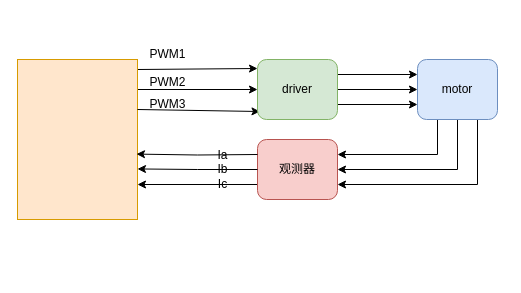
Above: page "FOC 经典控制" (12 of 12) of 三相对称星形接法.drawio in Vinson-001/Blog-flow-chart (draw.io), before the change. Source tidied: cells renumbered, new cells numbered last; positions are measured from the earlier drawing's top-left corner, leaving out a move shared by most shapes. Both pictures are drawn from the tidied source at 100%, with x=0, y=0 at pixel (17, 39).
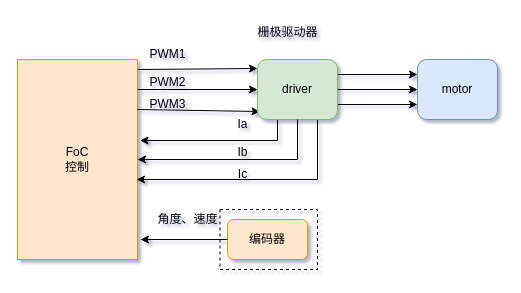
The same diagram, later.

Commit message:
更新三相对称星形接法.drawio

The change refers to these unchanged cells:
```xml
<mxCell id="12" value="driver" style="rounded=1;whiteSpace=wrap;html=1;fillColor=#d5e8d4;strokeColor=#82b366;" parent="1" vertex="1">
  <mxGeometry x="240" y="20" width="80" height="60" as="geometry" />
</mxCell>
<mxCell id="16" value="motor" style="rounded=1;whiteSpace=wrap;html=1;fillColor=#dae8fc;strokeColor=#6c8ebf;" parent="1" vertex="1">
  <mxGeometry x="400" y="20" width="80" height="60" as="geometry" />
</mxCell>
```

Change to the diagram source:
```diff
@@
-<mxGraphModel>
+<mxGraphModel shadow="1">
@@
-    <mxCell id="4" style="rounded=0;whiteSpace=wrap;html=1;fillColor=#ffe6cc;strokeColor=#d79b00;" parent="1" vertex="1">
-      <mxGeometry y="20" width="120" height="160" as="geometry" />
+    <mxCell id="4" value="FoC&lt;div&gt;控制&lt;/div&gt;" style="rounded=0;whiteSpace=wrap;html=1;fillColor=#ffe6cc;strokeColor=#d79b00;" parent="1" vertex="1">
+      <mxGeometry y="20" width="120" height="200" as="geometry" />
     </mxCell>
@@
+    <mxCell id="22" style="edgeStyle=orthogonalEdgeStyle;rounded=0;jettySize=auto;html=1;exitX=0.25;exitY=1;exitDx=0;exitDy=0;entryX=1.021;entryY=0.405;entryDx=0;entryDy=0;entryPerimeter=0;" parent="1" edge="1" source="12" target="4">
+      <mxGeometry relative="1" as="geometry" />
+    </mxCell>
+    <mxCell id="23" style="edgeStyle=orthogonalEdgeStyle;rounded=0;jettySize=auto;html=1;exitX=0.75;exitY=1;exitDx=0;exitDy=0;entryX=0.992;entryY=0.6;entryDx=0;entryDy=0;entryPerimeter=0;" parent="1" edge="1" source="12" target="4">
+      <mxGeometry relative="1" as="geometry" />
+    </mxCell>
@@
-    <mxCell id="13" style="edgeStyle=orthogonalEdgeStyle;rounded=0;jettySize=auto;html=1;exitX=0.25;exitY=1;exitDx=0;exitDy=0;entryX=1;entryY=0.25;entryDx=0;entryDy=0;" parent="1" edge="1" source="16" target="18">
-      <mxGeometry relative="1" as="geometry" />
-    </mxCell>
-    <mxCell id="14" style="edgeStyle=orthogonalEdgeStyle;rounded=0;jettySize=auto;html=1;exitX=0.5;exitY=1;exitDx=0;exitDy=0;entryX=1;entryY=0.5;entryDx=0;entryDy=0;" parent="1" edge="1" source="16" target="18">
-      <mxGeometry relative="1" as="geometry" />
-    </mxCell>
-    <mxCell id="15" style="edgeStyle=orthogonalEdgeStyle;rounded=0;jettySize=auto;html=1;exitX=0.75;exitY=1;exitDx=0;exitDy=0;entryX=1;entryY=0.75;entryDx=0;entryDy=0;" parent="1" edge="1" source="16" target="18">
-      <mxGeometry relative="1" as="geometry" />
-    </mxCell>
@@
-    <mxCell id="17" style="edgeStyle=orthogonalEdgeStyle;rounded=0;jettySize=auto;html=1;exitX=0;exitY=0.75;exitDx=0;exitDy=0;" parent="1" edge="1" source="18">
-      <mxGeometry relative="1" as="geometry">
-        <mxPoint x="120" y="145" as="targetPoint" />
-      </mxGeometry>
-    </mxCell>
-    <mxCell id="18" value="观测器" style="rounded=1;whiteSpace=wrap;html=1;fillColor=#f8cecc;strokeColor=#b85450;" parent="1" vertex="1">
-      <mxGeometry x="240" y="100" width="80" height="60" as="geometry" />
-    </mxCell>
-    <mxCell id="19" style="edgeStyle=orthogonalEdgeStyle;rounded=0;orthogonalLoop=1;jettySize=auto;html=1;entryX=0.967;entryY=0.591;entryDx=0;entryDy=0;entryPerimeter=0;" parent="1" edge="1">
-      <mxGeometry relative="1" as="geometry">
-        <mxPoint x="240" y="115" as="sourcePoint" />
-        <mxPoint x="119" y="114.6" as="targetPoint" />
-      </mxGeometry>
-    </mxCell>
-    <mxCell id="20" style="edgeStyle=orthogonalEdgeStyle;rounded=0;jettySize=auto;html=1;exitX=0;exitY=0.5;exitDx=0;exitDy=0;entryX=1;entryY=0.684;entryDx=0;entryDy=0;entryPerimeter=0;" parent="1" edge="1" source="18" target="4">
-      <mxGeometry relative="1" as="geometry" />
-    </mxCell>
-    <mxCell id="21" value="Ia&lt;div&gt;&lt;div&gt;Ib&lt;/div&gt;&lt;div&gt;Ic&lt;/div&gt;&lt;/div&gt;" style="text;html=1;align=center;verticalAlign=middle;strokeColor=none;fillColor=none;" parent="1" vertex="1">
-      <mxGeometry x="190" y="100" width="30" height="60" as="geometry" />
-    </mxCell>
+    <mxCell id="24" style="edgeStyle=orthogonalEdgeStyle;rounded=0;jettySize=auto;html=1;exitX=0.5;exitY=1;exitDx=0;exitDy=0;entryX=1;entryY=0.5;entryDx=0;entryDy=0;" parent="1" edge="1" source="12" target="4">
+      <mxGeometry relative="1" as="geometry" />
+    </mxCell>
+    <mxCell id="25" value="Ia" style="text;html=1;align=center;verticalAlign=middle;strokeColor=none;fillColor=none;" parent="1" vertex="1">
+      <mxGeometry x="210" y="70" width="30" height="30" as="geometry" />
+    </mxCell>
+    <mxCell id="26" value="Ib" style="text;html=1;align=center;verticalAlign=middle;strokeColor=none;fillColor=none;" parent="1" vertex="1">
+      <mxGeometry x="210" y="98" width="30" height="30" as="geometry" />
+    </mxCell>
+    <mxCell id="27" value="Ic" style="text;html=1;align=center;verticalAlign=middle;strokeColor=none;fillColor=none;" parent="1" vertex="1">
+      <mxGeometry x="210" y="120" width="30" height="30" as="geometry" />
+    </mxCell>
+    <mxCell id="28" value="编码器" style="rounded=1;whiteSpace=wrap;html=1;fillColor=#ffe6cc;strokeColor=#d79b00;" parent="1" vertex="1">
+      <mxGeometry x="210" y="180" width="80" height="40" as="geometry" />
+    </mxCell>
+    <mxCell id="29" style="edgeStyle=orthogonalEdgeStyle;rounded=0;jettySize=auto;html=1;exitX=0;exitY=0.5;exitDx=0;exitDy=0;entryX=1.025;entryY=0.9;entryDx=0;entryDy=0;entryPerimeter=0;" parent="1" edge="1" source="28" target="4">
+      <mxGeometry relative="1" as="geometry" />
+    </mxCell>
+    <mxCell id="30" value="角度、速度" style="text;html=1;align=center;verticalAlign=middle;strokeColor=none;fillColor=none;" parent="1" vertex="1">
+      <mxGeometry x="131" y="167" width="78" height="26" as="geometry" />
+    </mxCell>
+    <mxCell id="31" value="栅极驱动器" style="text;html=1;align=center;verticalAlign=middle;strokeColor=none;fillColor=none;" parent="1" vertex="1">
+      <mxGeometry x="230" y="-22" width="80" height="30" as="geometry" />
+    </mxCell>
+    <mxCell id="32" style="rounded=0;whiteSpace=wrap;html=1;fillColor=none;dashed=1;" parent="1" vertex="1">
+      <mxGeometry x="202.5" y="170" width="97.5" height="60" as="geometry" />
+    </mxCell>
```
